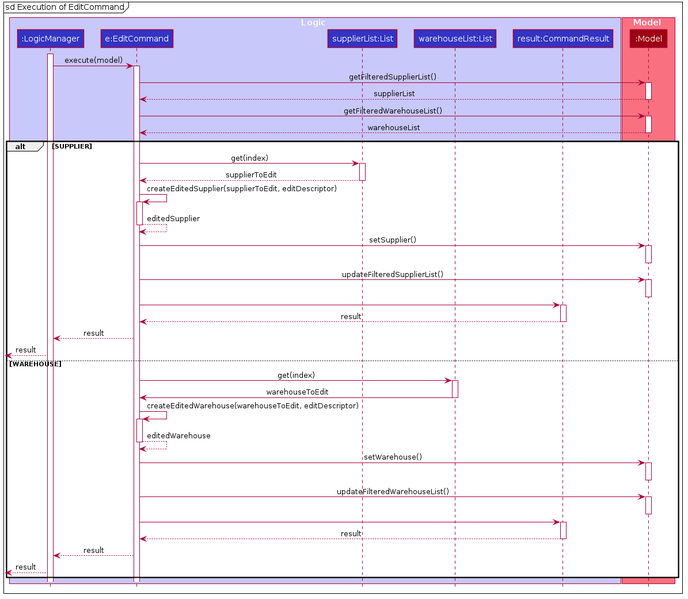
Before: docs/images/EditCommandExecutionSequenceDiagram.png, a diagram exported from PlantUML (tohyuting/tp).
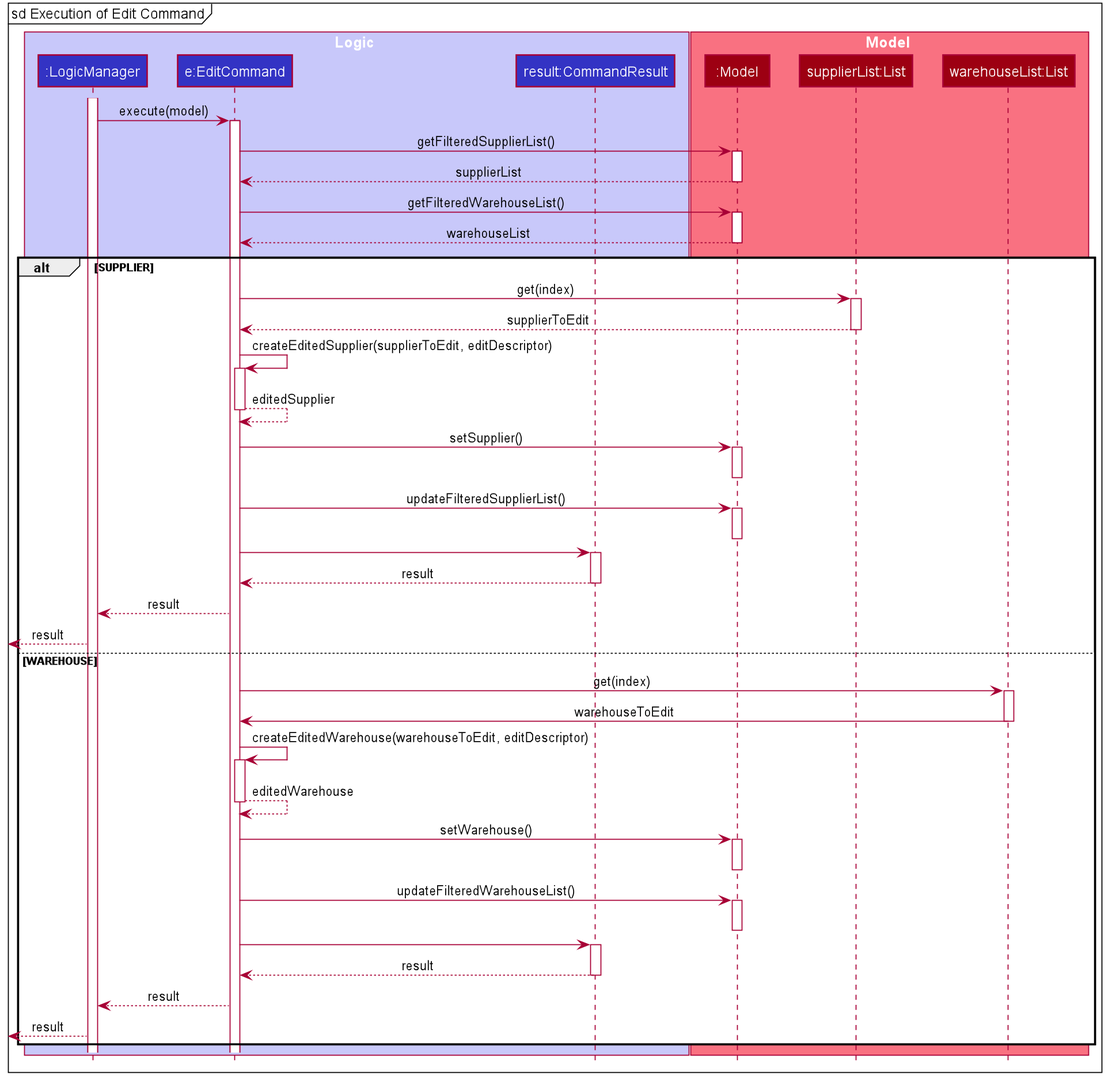
After the change.

The edit, as a diff of the source:
```diff
@@ -48,18 +48,18 @@
 hide members
 hide circle
 
-mainframe sd Execution of EditCommand
+mainframe sd Execution of Edit Command
 
 box Logic #C8C8FA
 participant ":LogicManager" as LogicManager #3333C4
 participant "e:EditCommand" as EditCommand #3333C4
-participant "supplierList:List" as SupplierList #3333C4
-participant "warehouseList:List" as WarehouseList #3333C4
 participant "result:CommandResult" as CommandResult #3333C4
 end box
 
 box Model #F97181
 participant ":Model" as Model #9D0012
+participant "supplierList:List" as SupplierList #9D0012
+participant "warehouseList:List" as WarehouseList #9D0012
 end box
 
 activate LogicManager
```
